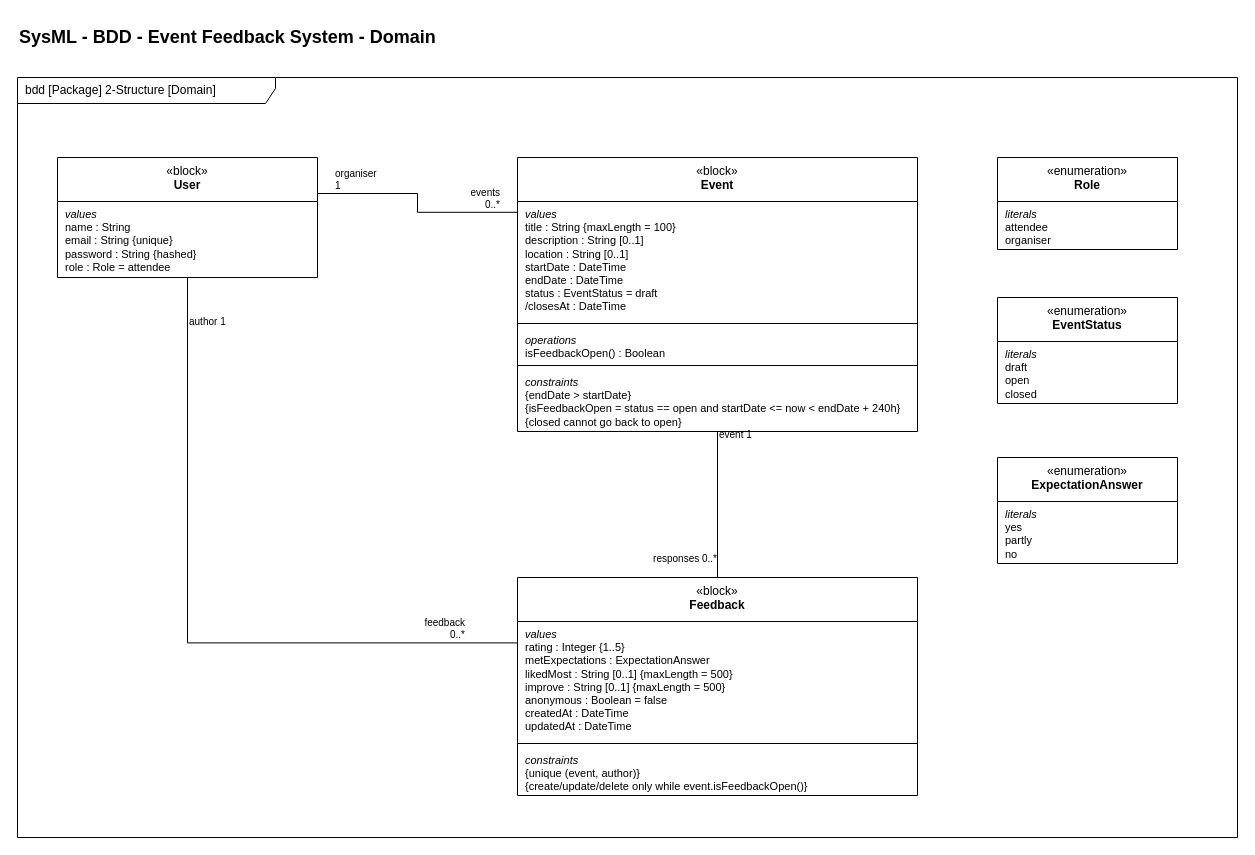
Earlier version of the draw.io diagram docs/diagrams/diagrams/bdd-domain.drawio (xdaybreakerx/IFQ636-A1). Source tidied: cells renumbered, new cells numbered last; positions are measured from the earlier drawing's top-left corner, leaving out a move shared by most shapes. Both pictures are drawn from the tidied source at 100%, with x=0, y=0 at pixel (17, 17).
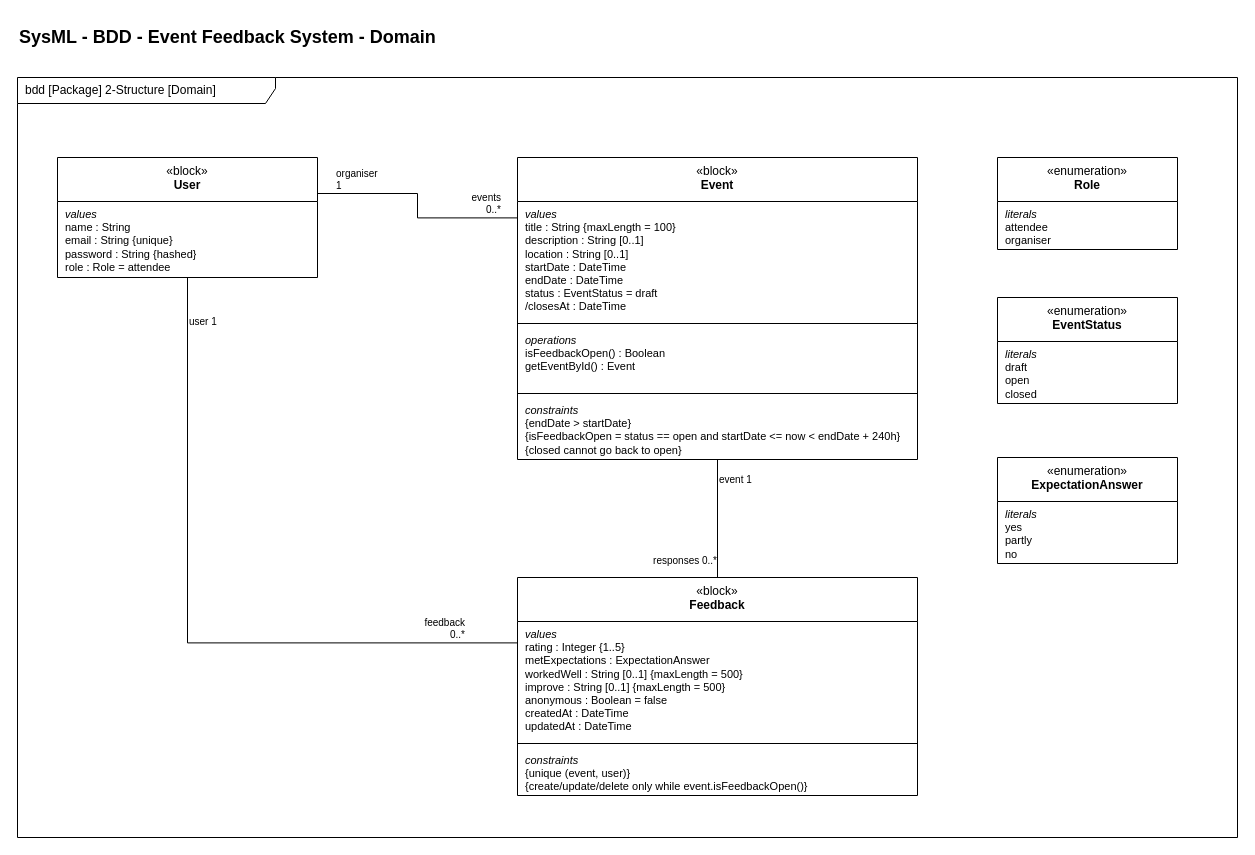
Above is the later version.

Commit message:
docs(A1-13): update bdd with change to feedback, user, event interaction

The change refers to these unchanged cells:
```xml
<mxCell id="12" value="«block»&lt;br&gt;&lt;b&gt;Feedback&lt;/b&gt;" style="swimlane;fontStyle=0;align=center;verticalAlign=top;horizontal=1;startSize=44;html=1;whiteSpace=wrap;fontSize=12;" parent="1" vertex="1">
  <mxGeometry x="500" y="560" width="400" height="218" as="geometry" />
</mxCell>
<mxCell id="25" style="edgeStyle=orthogonalEdgeStyle;rounded=0;html=1;fontSize=11;endArrow=none;startArrow=none;exitX=0.5;exitY=1;exitDx=0;exitDy=0;entryX=0.5;entryY=0;entryDx=0;entryDy=0;" parent="1" edge="1" source="6" target="12">
  <mxGeometry relative="1" as="geometry" />
</mxCell>
<mxCell id="28" style="edgeStyle=orthogonalEdgeStyle;rounded=0;html=1;fontSize=11;endArrow=none;startArrow=none;exitX=0.5;exitY=1;exitDx=0;exitDy=0;entryX=0;entryY=0.3;entryDx=0;entryDy=0;" parent="1" edge="1" source="4" target="12">
  <mxGeometry relative="1" as="geometry" />
</mxCell>
```

Diff of the diagram source:
```diff
@@
     <mxCell id="6" value="«block»&lt;br&gt;&lt;b&gt;Event&lt;/b&gt;" style="swimlane;fontStyle=0;align=center;verticalAlign=top;horizontal=1;startSize=44;html=1;whiteSpace=wrap;fontSize=12;" parent="1" vertex="1">
-      <mxGeometry x="500" y="140" width="400" height="274" as="geometry" />
+      <mxGeometry x="500" y="140" width="400" height="302" as="geometry" />
     </mxCell>
@@
-    <mxCell id="9" value="&lt;i&gt;operations&lt;/i&gt;&lt;br&gt;isFeedbackOpen() : Boolean" style="text;strokeColor=none;fillColor=none;align=left;verticalAlign=top;spacingLeft=6;spacingRight=4;overflow=hidden;whiteSpace=wrap;html=1;fontSize=11;" parent="6" vertex="1">
-      <mxGeometry y="170" width="400" height="34" as="geometry" />
+    <mxCell id="9" value="&lt;i&gt;operations&lt;/i&gt;&lt;br&gt;isFeedbackOpen() : Boolean&lt;div&gt;getEventById() : Event&lt;/div&gt;" style="text;strokeColor=none;fillColor=none;align=left;verticalAlign=top;spacingLeft=6;spacingRight=4;overflow=hidden;whiteSpace=wrap;html=1;fontSize=11;" parent="6" vertex="1">
+      <mxGeometry y="170" width="400" height="62" as="geometry" />
     </mxCell>
     <mxCell id="10" style="line;strokeWidth=1;fillColor=none;align=left;verticalAlign=middle;spacingTop=-1;spacingLeft=3;spacingRight=3;labelPosition=right;" parent="6" vertex="1">
-      <mxGeometry y="204" width="400" height="8" as="geometry" />
+      <mxGeometry y="232" width="400" height="8" as="geometry" />
     </mxCell>
     <mxCell id="11" value="&lt;i&gt;constraints&lt;/i&gt;&lt;br&gt;{endDate &amp;gt; startDate}&lt;br&gt;{isFeedbackOpen = status == open and startDate &amp;lt;= now &amp;lt; endDate + 240h}&lt;br&gt;{closed cannot go back to open}" style="text;strokeColor=none;fillColor=none;align=left;verticalAlign=top;spacingLeft=6;spacingRight=4;overflow=hidden;whiteSpace=wrap;html=1;fontSize=11;" parent="6" vertex="1">
-      <mxGeometry y="212" width="400" height="62" as="geometry" />
+      <mxGeometry y="240" width="400" height="62" as="geometry" />
     </mxCell>
@@
-    <mxCell id="13" value="&lt;i&gt;values&lt;/i&gt;&lt;br&gt;rating : Integer {1..5}&lt;br&gt;metExpectations : ExpectationAnswer&lt;br&gt;likedMost : String [0..1] {maxLength = 500}&lt;br&gt;improve : String [0..1] {maxLength = 500}&lt;br&gt;anonymous : Boolean = false&lt;br&gt;createdAt : DateTime&lt;br&gt;updatedAt : DateTime" style="text;strokeColor=none;fillColor=none;align=left;verticalAlign=top;spacingLeft=6;spacingRight=4;overflow=hidden;whiteSpace=wrap;html=1;fontSize=11;" parent="12" vertex="1">
+    <mxCell id="13" value="&lt;i&gt;values&lt;/i&gt;&lt;br&gt;rating : Integer {1..5}&lt;br&gt;metExpectations : ExpectationAnswer&lt;br&gt;workedWell&amp;nbsp;: String [0..1] {maxLength = 500}&lt;br&gt;improve : String [0..1] {maxLength = 500}&lt;br&gt;anonymous : Boolean = false&lt;br&gt;createdAt : DateTime&lt;br&gt;updatedAt : DateTime" style="text;strokeColor=none;fillColor=none;align=left;verticalAlign=top;spacingLeft=6;spacingRight=4;overflow=hidden;whiteSpace=wrap;html=1;fontSize=11;" parent="12" vertex="1">
       <mxGeometry y="44" width="400" height="118" as="geometry" />
     </mxCell>
@@
-    <mxCell id="15" value="&lt;i&gt;constraints&lt;/i&gt;&lt;br&gt;{unique (event, author)}&lt;br&gt;{create/update/delete only while event.isFeedbackOpen()}" style="text;strokeColor=none;fillColor=none;align=left;verticalAlign=top;spacingLeft=6;spacingRight=4;overflow=hidden;whiteSpace=wrap;html=1;fontSize=11;" parent="12" vertex="1">
+    <mxCell id="15" value="&lt;i&gt;constraints&lt;/i&gt;&lt;br&gt;{unique (event, user)}&lt;br&gt;{create/update/delete only while event.isFeedbackOpen()}" style="text;strokeColor=none;fillColor=none;align=left;verticalAlign=top;spacingLeft=6;spacingRight=4;overflow=hidden;whiteSpace=wrap;html=1;fontSize=11;" parent="12" vertex="1">
       <mxGeometry y="170" width="400" height="48" as="geometry" />
     </mxCell>
@@
     <mxCell id="26" value="event 1" style="edgeLabel;html=1;align=left;verticalAlign=bottom;fontSize=10;labelBackgroundColor=none;" parent="25" vertex="1">
-      <mxGeometry x="-0.85" relative="1" as="geometry" />
+      <mxGeometry x="-0.85" relative="1" as="geometry">
+        <mxPoint y="19" as="offset" />
+      </mxGeometry>
     </mxCell>
@@
-    <mxCell id="29" value="author 1" style="edgeLabel;html=1;align=left;verticalAlign=bottom;fontSize=10;labelBackgroundColor=none;" parent="28" vertex="1">
+    <mxCell id="29" value="user 1" style="edgeLabel;html=1;align=left;verticalAlign=bottom;fontSize=10;labelBackgroundColor=none;" parent="28" vertex="1">
       <mxGeometry x="-0.85" relative="1" as="geometry" />
     </mxCell>
```
